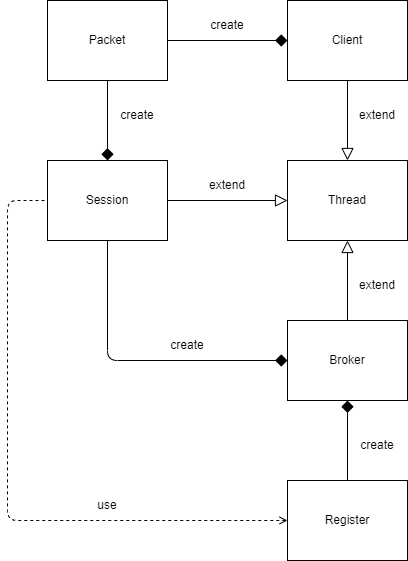
Above: Part D - Projects/hvlp/assets/hvlp_diagram.png in braboj/tutorial-python (draw.io), before the change. Source tidied: cells renumbered, new cells last; positions are measured from the earlier drawing's top-left corner, leaving out a move shared by most shapes. The source it was exported from:
```xml
<mxGraphModel background="#ffffff">
  <root>
    <mxCell id="0" />
    <mxCell id="1" parent="0" />
    <mxCell id="2" style="edgeStyle=orthogonalEdgeStyle;rounded=0;jettySize=auto;html=1;endArrow=diamond;endFill=1;startSize=6;endSize=10;" parent="1" edge="1" source="4" target="9">
      <mxGeometry relative="1" as="geometry" />
    </mxCell>
    <mxCell id="3" style="edgeStyle=orthogonalEdgeStyle;rounded=0;jettySize=auto;html=1;endArrow=diamond;endFill=1;jumpSize=7;endSize=10;" parent="1" edge="1" source="4" target="7">
      <mxGeometry relative="1" as="geometry" />
    </mxCell>
    <mxCell id="4" value="Packet" style="rounded=0;whiteSpace=wrap;html=1;" parent="1" vertex="1">
      <mxGeometry x="40" width="120" height="80" as="geometry" />
    </mxCell>
    <mxCell id="5" style="edgeStyle=orthogonalEdgeStyle;rounded=0;jettySize=auto;html=1;entryX=0;entryY=0.5;entryDx=0;entryDy=0;endSize=10;endArrow=block;endFill=0;" parent="1" edge="1" source="7" target="10">
      <mxGeometry relative="1" as="geometry" />
    </mxCell>
    <mxCell id="6" style="edgeStyle=orthogonalEdgeStyle;jettySize=auto;html=1;entryX=0;entryY=0.5;entryDx=0;entryDy=0;fontSize=12;startArrow=none;startFill=0;endArrow=diamond;endFill=1;startSize=10;endSize=10;rounded=1;" parent="1" edge="1" source="7" target="12">
      <mxGeometry relative="1" as="geometry">
        <Array as="points">
          <mxPoint x="100" y="360" />
        </Array>
      </mxGeometry>
    </mxCell>
    <mxCell id="7" value="Session" style="rounded=0;whiteSpace=wrap;html=1;" parent="1" vertex="1">
      <mxGeometry x="40" y="160" width="120" height="80" as="geometry" />
    </mxCell>
    <mxCell id="8" style="edgeStyle=orthogonalEdgeStyle;rounded=0;jettySize=auto;html=1;endArrow=block;endFill=0;endSize=10;" parent="1" edge="1" source="9" target="10">
      <mxGeometry relative="1" as="geometry" />
    </mxCell>
    <mxCell id="9" value="Client" style="rounded=0;whiteSpace=wrap;html=1;" parent="1" vertex="1">
      <mxGeometry x="280" width="120" height="80" as="geometry" />
    </mxCell>
    <mxCell id="10" value="Thread" style="rounded=0;whiteSpace=wrap;html=1;" parent="1" vertex="1">
      <mxGeometry x="280" y="160" width="120" height="80" as="geometry" />
    </mxCell>
    <mxCell id="11" style="edgeStyle=orthogonalEdgeStyle;rounded=0;jettySize=auto;html=1;entryX=0.5;entryY=1;entryDx=0;entryDy=0;endArrow=block;endFill=0;endSize=10;" parent="1" edge="1" source="12" target="10">
      <mxGeometry relative="1" as="geometry" />
    </mxCell>
    <mxCell id="12" value="Broker" style="rounded=0;whiteSpace=wrap;html=1;" parent="1" vertex="1">
      <mxGeometry x="280" y="320" width="120" height="80" as="geometry" />
    </mxCell>
    <mxCell id="13" value="extend" style="text;html=1;strokeColor=none;fillColor=none;align=center;verticalAlign=middle;whiteSpace=wrap;rounded=0;" parent="1" vertex="1">
      <mxGeometry x="190" y="170" width="60" height="30" as="geometry" />
    </mxCell>
    <mxCell id="14" value="extend" style="text;html=1;strokeColor=none;fillColor=none;align=center;verticalAlign=middle;whiteSpace=wrap;rounded=0;" parent="1" vertex="1">
      <mxGeometry x="340" y="270" width="60" height="30" as="geometry" />
    </mxCell>
    <mxCell id="15" value="extend" style="text;html=1;strokeColor=none;fillColor=none;align=center;verticalAlign=middle;whiteSpace=wrap;rounded=0;" parent="1" vertex="1">
      <mxGeometry x="340" y="100" width="60" height="30" as="geometry" />
    </mxCell>
    <mxCell id="16" value="create" style="text;html=1;strokeColor=none;fillColor=none;align=center;verticalAlign=middle;whiteSpace=wrap;rounded=0;" parent="1" vertex="1">
      <mxGeometry x="190" y="10" width="60" height="30" as="geometry" />
    </mxCell>
    <mxCell id="17" value="create" style="text;html=1;strokeColor=none;fillColor=none;align=center;verticalAlign=middle;whiteSpace=wrap;rounded=0;" parent="1" vertex="1">
      <mxGeometry x="100" y="100" width="60" height="30" as="geometry" />
    </mxCell>
    <mxCell id="18" style="edgeStyle=orthogonalEdgeStyle;rounded=0;jettySize=auto;html=1;entryX=0.5;entryY=1;entryDx=0;entryDy=0;endArrow=diamond;endFill=1;endSize=10;" parent="1" edge="1" source="20" target="12">
      <mxGeometry relative="1" as="geometry" />
    </mxCell>
    <mxCell id="19" style="edgeStyle=orthogonalEdgeStyle;rounded=1;jettySize=auto;html=1;entryX=0;entryY=0.5;entryDx=0;entryDy=0;endArrow=none;endFill=0;endSize=10;dashed=1;startArrow=open;startFill=0;" parent="1" edge="1" source="20" target="7">
      <mxGeometry relative="1" as="geometry">
        <Array as="points">
          <mxPoint y="520" />
          <mxPoint y="200" />
        </Array>
      </mxGeometry>
    </mxCell>
    <mxCell id="20" value="Register" style="rounded=0;whiteSpace=wrap;html=1;" parent="1" vertex="1">
      <mxGeometry x="280" y="480" width="120" height="80" as="geometry" />
    </mxCell>
    <mxCell id="21" value="create" style="text;html=1;strokeColor=none;fillColor=none;align=center;verticalAlign=middle;whiteSpace=wrap;rounded=0;" parent="1" vertex="1">
      <mxGeometry x="340" y="430" width="60" height="30" as="geometry" />
    </mxCell>
    <mxCell id="22" value="create" style="text;html=1;strokeColor=none;fillColor=none;align=center;verticalAlign=middle;whiteSpace=wrap;rounded=0;" parent="1" vertex="1">
      <mxGeometry x="150" y="330" width="60" height="30" as="geometry" />
    </mxCell>
    <mxCell id="23" value="use" style="text;html=1;strokeColor=none;fillColor=none;align=center;verticalAlign=middle;whiteSpace=wrap;rounded=0;" parent="1" vertex="1">
      <mxGeometry x="70" y="490" width="60" height="30" as="geometry" />
    </mxCell>
  </root>
</mxGraphModel>
```
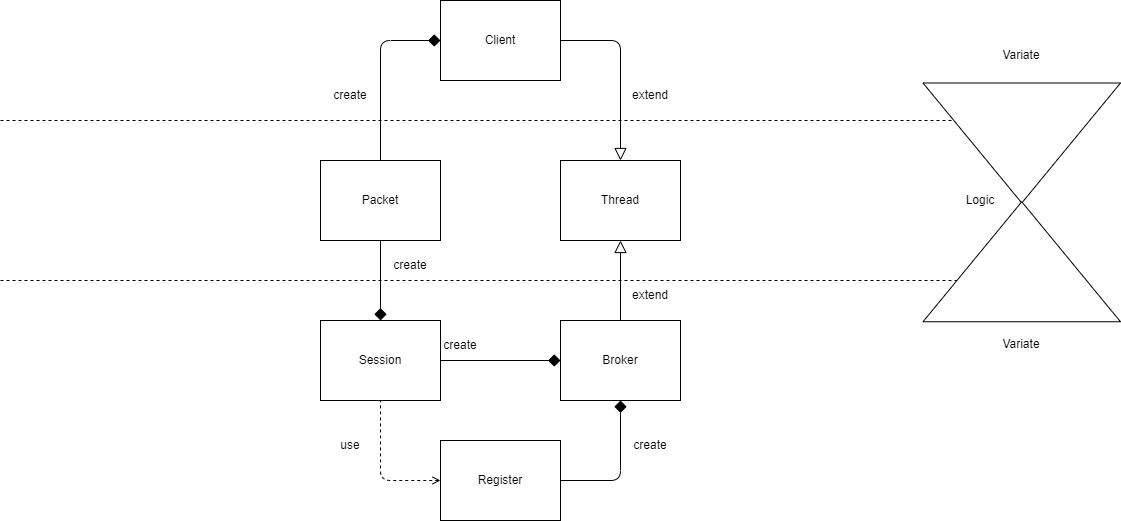
The same diagram one commit later.

Diff of the diagram source:
```diff
@@ -2,80 +2,100 @@
   <root>
     <mxCell id="0" />
     <mxCell id="1" parent="0" />
-    <mxCell id="2" style="edgeStyle=orthogonalEdgeStyle;rounded=0;jettySize=auto;html=1;endArrow=diamond;endFill=1;startSize=6;endSize=10;" parent="1" edge="1" source="4" target="9">
+    <mxCell id="2" style="edgeStyle=orthogonalEdgeStyle;rounded=1;jettySize=auto;html=1;endArrow=diamond;endFill=1;startSize=6;endSize=10;exitX=0.5;exitY=0;exitDx=0;exitDy=0;entryX=0;entryY=0.5;entryDx=0;entryDy=0;" parent="1" edge="1" source="4" target="9">
       <mxGeometry relative="1" as="geometry" />
     </mxCell>
     <mxCell id="3" style="edgeStyle=orthogonalEdgeStyle;rounded=0;jettySize=auto;html=1;endArrow=diamond;endFill=1;jumpSize=7;endSize=10;" parent="1" edge="1" source="4" target="7">
       <mxGeometry relative="1" as="geometry" />
     </mxCell>
     <mxCell id="4" value="Packet" style="rounded=0;whiteSpace=wrap;html=1;" parent="1" vertex="1">
-      <mxGeometry x="40" width="120" height="80" as="geometry" />
+      <mxGeometry x="320" y="160" width="120" height="80" as="geometry" />
     </mxCell>
-    <mxCell id="5" style="edgeStyle=orthogonalEdgeStyle;rounded=0;jettySize=auto;html=1;entryX=0;entryY=0.5;entryDx=0;entryDy=0;endSize=10;endArrow=block;endFill=0;" parent="1" edge="1" source="7" target="10">
-      <mxGeometry relative="1" as="geometry" />
-    </mxCell>
     <mxCell id="6" style="edgeStyle=orthogonalEdgeStyle;jettySize=auto;html=1;entryX=0;entryY=0.5;entryDx=0;entryDy=0;fontSize=12;startArrow=none;startFill=0;endArrow=diamond;endFill=1;startSize=10;endSize=10;rounded=1;" parent="1" edge="1" source="7" target="12">
       <mxGeometry relative="1" as="geometry">
         <Array as="points">
-          <mxPoint x="100" y="360" />
+          <mxPoint x="380" y="360" />
         </Array>
       </mxGeometry>
     </mxCell>
     <mxCell id="7" value="Session" style="rounded=0;whiteSpace=wrap;html=1;" parent="1" vertex="1">
-      <mxGeometry x="40" y="160" width="120" height="80" as="geometry" />
+      <mxGeometry x="320" y="320" width="120" height="80" as="geometry" />
     </mxCell>
-    <mxCell id="8" style="edgeStyle=orthogonalEdgeStyle;rounded=0;jettySize=auto;html=1;endArrow=block;endFill=0;endSize=10;" parent="1" edge="1" source="9" target="10">
+    <mxCell id="8" style="edgeStyle=orthogonalEdgeStyle;jettySize=auto;html=1;endArrow=block;endFill=0;endSize=10;exitX=1;exitY=0.5;exitDx=0;exitDy=0;rounded=1;" parent="1" edge="1" source="9" target="10">
       <mxGeometry relative="1" as="geometry" />
     </mxCell>
     <mxCell id="9" value="Client" style="rounded=0;whiteSpace=wrap;html=1;" parent="1" vertex="1">
-      <mxGeometry x="280" width="120" height="80" as="geometry" />
+      <mxGeometry x="440" width="120" height="80" as="geometry" />
     </mxCell>
     <mxCell id="10" value="Thread" style="rounded=0;whiteSpace=wrap;html=1;" parent="1" vertex="1">
-      <mxGeometry x="280" y="160" width="120" height="80" as="geometry" />
+      <mxGeometry x="560" y="160" width="120" height="80" as="geometry" />
     </mxCell>
     <mxCell id="11" style="edgeStyle=orthogonalEdgeStyle;rounded=0;jettySize=auto;html=1;entryX=0.5;entryY=1;entryDx=0;entryDy=0;endArrow=block;endFill=0;endSize=10;" parent="1" edge="1" source="12" target="10">
       <mxGeometry relative="1" as="geometry" />
     </mxCell>
     <mxCell id="12" value="Broker" style="rounded=0;whiteSpace=wrap;html=1;" parent="1" vertex="1">
-      <mxGeometry x="280" y="320" width="120" height="80" as="geometry" />
+      <mxGeometry x="560" y="320" width="120" height="80" as="geometry" />
     </mxCell>
-    <mxCell id="13" value="extend" style="text;html=1;strokeColor=none;fillColor=none;align=center;verticalAlign=middle;whiteSpace=wrap;rounded=0;" parent="1" vertex="1">
-      <mxGeometry x="190" y="170" width="60" height="30" as="geometry" />
-    </mxCell>
     <mxCell id="14" value="extend" style="text;html=1;strokeColor=none;fillColor=none;align=center;verticalAlign=middle;whiteSpace=wrap;rounded=0;" parent="1" vertex="1">
-      <mxGeometry x="340" y="270" width="60" height="30" as="geometry" />
+      <mxGeometry x="620" y="80" width="60" height="30" as="geometry" />
     </mxCell>
     <mxCell id="15" value="extend" style="text;html=1;strokeColor=none;fillColor=none;align=center;verticalAlign=middle;whiteSpace=wrap;rounded=0;" parent="1" vertex="1">
-      <mxGeometry x="340" y="100" width="60" height="30" as="geometry" />
+      <mxGeometry x="620" y="280" width="60" height="30" as="geometry" />
     </mxCell>
     <mxCell id="16" value="create" style="text;html=1;strokeColor=none;fillColor=none;align=center;verticalAlign=middle;whiteSpace=wrap;rounded=0;" parent="1" vertex="1">
-      <mxGeometry x="190" y="10" width="60" height="30" as="geometry" />
+      <mxGeometry x="320" y="80" width="60" height="30" as="geometry" />
     </mxCell>
     <mxCell id="17" value="create" style="text;html=1;strokeColor=none;fillColor=none;align=center;verticalAlign=middle;whiteSpace=wrap;rounded=0;" parent="1" vertex="1">
-      <mxGeometry x="100" y="100" width="60" height="30" as="geometry" />
+      <mxGeometry x="380" y="250" width="60" height="30" as="geometry" />
     </mxCell>
-    <mxCell id="18" style="edgeStyle=orthogonalEdgeStyle;rounded=0;jettySize=auto;html=1;entryX=0.5;entryY=1;entryDx=0;entryDy=0;endArrow=diamond;endFill=1;endSize=10;" parent="1" edge="1" source="20" target="12">
+    <mxCell id="18" style="edgeStyle=orthogonalEdgeStyle;jettySize=auto;html=1;entryX=0.5;entryY=1;entryDx=0;entryDy=0;endArrow=diamond;endFill=1;endSize=10;exitX=1;exitY=0.5;exitDx=0;exitDy=0;rounded=1;" parent="1" edge="1" source="20" target="12">
       <mxGeometry relative="1" as="geometry" />
     </mxCell>
-    <mxCell id="19" style="edgeStyle=orthogonalEdgeStyle;rounded=1;jettySize=auto;html=1;entryX=0;entryY=0.5;entryDx=0;entryDy=0;endArrow=none;endFill=0;endSize=10;dashed=1;startArrow=open;startFill=0;" parent="1" edge="1" source="20" target="7">
+    <mxCell id="19" style="edgeStyle=orthogonalEdgeStyle;rounded=1;jettySize=auto;html=1;entryX=0.5;entryY=1;entryDx=0;entryDy=0;endArrow=none;endFill=0;endSize=10;dashed=1;startArrow=open;startFill=0;exitX=0;exitY=0.5;exitDx=0;exitDy=0;" parent="1" edge="1" source="20" target="7">
       <mxGeometry relative="1" as="geometry">
         <Array as="points">
-          <mxPoint y="520" />
-          <mxPoint y="200" />
+          <mxPoint x="380" y="480" />
         </Array>
       </mxGeometry>
     </mxCell>
     <mxCell id="20" value="Register" style="rounded=0;whiteSpace=wrap;html=1;" parent="1" vertex="1">
-      <mxGeometry x="280" y="480" width="120" height="80" as="geometry" />
+      <mxGeometry x="440" y="440" width="120" height="80" as="geometry" />
     </mxCell>
-    <mxCell id="21" value="create" style="text;html=1;strokeColor=none;fillColor=none;align=center;verticalAlign=middle;whiteSpace=wrap;rounded=0;" parent="1" vertex="1">
-      <mxGeometry x="340" y="430" width="60" height="30" as="geometry" />
+    <mxCell id="21" value="use" style="text;html=1;strokeColor=none;fillColor=none;align=center;verticalAlign=middle;whiteSpace=wrap;rounded=0;" parent="1" vertex="1">
+      <mxGeometry x="320" y="430" width="60" height="30" as="geometry" />
     </mxCell>
     <mxCell id="22" value="create" style="text;html=1;strokeColor=none;fillColor=none;align=center;verticalAlign=middle;whiteSpace=wrap;rounded=0;" parent="1" vertex="1">
-      <mxGeometry x="150" y="330" width="60" height="30" as="geometry" />
+      <mxGeometry x="430" y="330" width="60" height="30" as="geometry" />
     </mxCell>
-    <mxCell id="23" value="use" style="text;html=1;strokeColor=none;fillColor=none;align=center;verticalAlign=middle;whiteSpace=wrap;rounded=0;" parent="1" vertex="1">
-      <mxGeometry x="70" y="490" width="60" height="30" as="geometry" />
-    </mxCell>
+    <mxCell id="24" style="endArrow=none;html=1;rounded=0;dashed=1;" parent="1" edge="1">
+      <mxGeometry relative="1" as="geometry">
+        <mxPoint y="120" as="sourcePoint" />
+        <mxPoint x="1080" y="120" as="targetPoint" />
+      </mxGeometry>
+    </mxCell>
+    <mxCell id="25" style="endArrow=none;html=1;rounded=0;dashed=1;" parent="1" edge="1">
+      <mxGeometry relative="1" as="geometry">
+        <mxPoint y="280" as="sourcePoint" />
+        <mxPoint x="1080" y="280" as="targetPoint" />
+      </mxGeometry>
+    </mxCell>
+    <mxCell id="26" value="create" style="text;html=1;strokeColor=none;fillColor=none;align=center;verticalAlign=middle;whiteSpace=wrap;rounded=0;" parent="1" vertex="1">
+      <mxGeometry x="620" y="430" width="60" height="30" as="geometry" />
+    </mxCell>
+    <mxCell id="27" style="triangle;whiteSpace=wrap;html=1;rotation=90;" parent="1" vertex="1">
+      <mxGeometry x="961.2" y="43.8" width="120" height="197.5" as="geometry" />
+    </mxCell>
+    <mxCell id="28" style="triangle;whiteSpace=wrap;html=1;rotation=-90;" parent="1" vertex="1">
+      <mxGeometry x="961.2" y="162.5" width="120" height="197.5" as="geometry" />
+    </mxCell>
+    <mxCell id="29" value="Logic" style="text;html=1;strokeColor=none;fillColor=none;align=center;verticalAlign=middle;whiteSpace=wrap;rounded=0;" parent="1" vertex="1">
+      <mxGeometry x="950" y="185" width="60" height="30" as="geometry" />
+    </mxCell>
+    <mxCell id="30" value="Variate" style="text;html=1;strokeColor=none;fillColor=none;align=center;verticalAlign=middle;whiteSpace=wrap;rounded=0;" parent="1" vertex="1">
+      <mxGeometry x="991.2" y="40" width="60" height="30" as="geometry" />
+    </mxCell>
+    <mxCell id="31" value="Variate" style="text;html=1;strokeColor=none;fillColor=none;align=center;verticalAlign=middle;whiteSpace=wrap;rounded=0;" parent="1" vertex="1">
+      <mxGeometry x="991.2" y="329" width="60" height="30" as="geometry" />
+    </mxCell>
   </root>
 </mxGraphModel>
```
